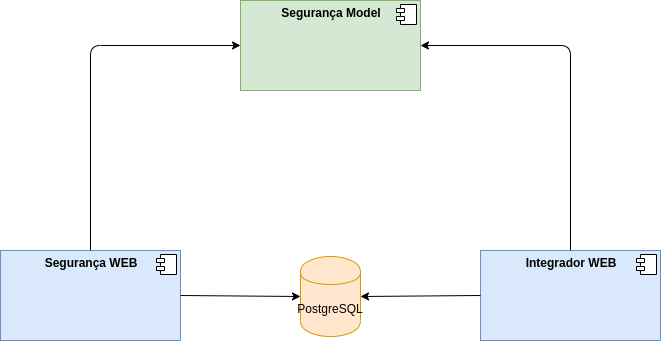
This is prf-nota-tecnica/004-dprfseguranca/Diagarma de componentes.png from brancoisrael/ctis, a draw.io export, as it was before one commit. Source tidied: cells renumbered, new cells last; positions are measured from the earlier drawing's top-left corner, leaving out a move shared by most shapes. The source it was exported from:
```xml
<mxGraphModel background="#ffffff">
  <root>
    <mxCell id="0" />
    <mxCell id="1" parent="0" />
    <mxCell id="2" value="&lt;p style=&quot;margin: 0px ; margin-top: 6px ; text-align: center&quot;&gt;&lt;b&gt;Segurança Model&lt;/b&gt;&lt;/p&gt;" style="align=left;overflow=fill;html=1;fillColor=#d5e8d4;strokeColor=#82b366;" parent="1" vertex="1">
      <mxGeometry x="240" width="180" height="90" as="geometry" />
    </mxCell>
    <mxCell id="3" style="shape=component;jettyWidth=8;jettyHeight=4;" parent="2" vertex="1">
      <mxGeometry x="1" width="20" height="20" relative="1" as="geometry">
        <mxPoint x="-24" y="4" as="offset" />
      </mxGeometry>
    </mxCell>
    <mxCell id="4" value="&lt;p style=&quot;margin: 0px ; margin-top: 6px ; text-align: center&quot;&gt;&lt;b&gt;Segurança WEB&lt;/b&gt;&lt;/p&gt;" style="align=left;overflow=fill;html=1;fillColor=#dae8fc;strokeColor=#6c8ebf;" parent="1" vertex="1">
      <mxGeometry y="250" width="180" height="90" as="geometry" />
    </mxCell>
    <mxCell id="5" style="shape=component;jettyWidth=8;jettyHeight=4;" parent="4" vertex="1">
      <mxGeometry x="1" width="20" height="20" relative="1" as="geometry">
        <mxPoint x="-24" y="4" as="offset" />
      </mxGeometry>
    </mxCell>
    <mxCell id="6" value="&lt;p style=&quot;margin: 0px ; margin-top: 6px ; text-align: center&quot;&gt;&lt;b&gt;Integrador WEB&lt;/b&gt;&lt;/p&gt;" style="align=left;overflow=fill;html=1;fillColor=#dae8fc;strokeColor=#6c8ebf;" parent="1" vertex="1">
      <mxGeometry x="480" y="250" width="180" height="90" as="geometry" />
    </mxCell>
    <mxCell id="7" style="shape=component;jettyWidth=8;jettyHeight=4;" parent="6" vertex="1">
      <mxGeometry x="1" width="20" height="20" relative="1" as="geometry">
        <mxPoint x="-24" y="4" as="offset" />
      </mxGeometry>
    </mxCell>
    <mxCell id="8" style="endArrow=classic;html=1;exitX=0.5;exitY=0;exitDx=0;exitDy=0;entryX=0;entryY=0.5;entryDx=0;entryDy=0;" parent="1" edge="1" source="4" target="2">
      <mxGeometry relative="1" as="geometry">
        <Array as="points">
          <mxPoint x="90" y="45" />
        </Array>
      </mxGeometry>
    </mxCell>
    <mxCell id="9" style="endArrow=classic;html=1;exitX=0.5;exitY=0;exitDx=0;exitDy=0;entryX=1;entryY=0.5;entryDx=0;entryDy=0;" parent="1" edge="1" source="6" target="2">
      <mxGeometry relative="1" as="geometry">
        <Array as="points">
          <mxPoint x="570" y="45" />
        </Array>
      </mxGeometry>
    </mxCell>
    <mxCell id="10" value="PostgreSQL" style="shape=cylinder;whiteSpace=wrap;html=1;boundedLbl=1;backgroundOutline=1;fillColor=#ffe6cc;strokeColor=#d79b00;" parent="1" vertex="1">
      <mxGeometry x="300" y="256" width="60" height="80" as="geometry" />
    </mxCell>
    <mxCell id="11" style="endArrow=classic;html=1;exitX=1;exitY=0.5;exitDx=0;exitDy=0;entryX=0;entryY=0.5;entryDx=0;entryDy=0;" parent="1" edge="1" source="4" target="10">
      <mxGeometry relative="1" as="geometry" />
    </mxCell>
    <mxCell id="12" style="endArrow=classic;html=1;exitX=0;exitY=0.5;exitDx=0;exitDy=0;entryX=1;entryY=0.5;entryDx=0;entryDy=0;" parent="1" edge="1" source="6" target="10">
      <mxGeometry relative="1" as="geometry" />
    </mxCell>
  </root>
</mxGraphModel>
```
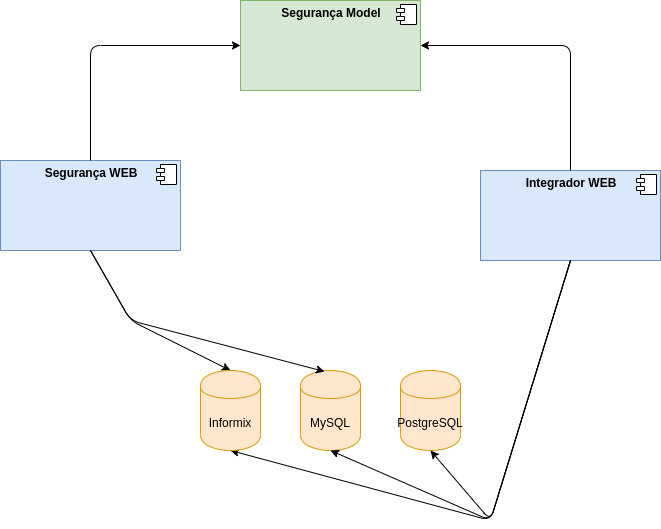
After the change.

The edit, as a diff of the source:
```diff
@@ -11,7 +11,7 @@
       </mxGeometry>
     </mxCell>
     <mxCell id="4" value="&lt;p style=&quot;margin: 0px ; margin-top: 6px ; text-align: center&quot;&gt;&lt;b&gt;Segurança WEB&lt;/b&gt;&lt;/p&gt;" style="align=left;overflow=fill;html=1;fillColor=#dae8fc;strokeColor=#6c8ebf;" parent="1" vertex="1">
-      <mxGeometry y="250" width="180" height="90" as="geometry" />
+      <mxGeometry y="160" width="180" height="90" as="geometry" />
     </mxCell>
     <mxCell id="5" style="shape=component;jettyWidth=8;jettyHeight=4;" parent="4" vertex="1">
       <mxGeometry x="1" width="20" height="20" relative="1" as="geometry">
@@ -19,7 +19,7 @@
       </mxGeometry>
     </mxCell>
     <mxCell id="6" value="&lt;p style=&quot;margin: 0px ; margin-top: 6px ; text-align: center&quot;&gt;&lt;b&gt;Integrador WEB&lt;/b&gt;&lt;/p&gt;" style="align=left;overflow=fill;html=1;fillColor=#dae8fc;strokeColor=#6c8ebf;" parent="1" vertex="1">
-      <mxGeometry x="480" y="250" width="180" height="90" as="geometry" />
+      <mxGeometry x="480" y="170" width="180" height="90" as="geometry" />
     </mxCell>
     <mxCell id="7" style="shape=component;jettyWidth=8;jettyHeight=4;" parent="6" vertex="1">
       <mxGeometry x="1" width="20" height="20" relative="1" as="geometry">
@@ -41,13 +41,50 @@
       </mxGeometry>
     </mxCell>
     <mxCell id="10" value="PostgreSQL" style="shape=cylinder;whiteSpace=wrap;html=1;boundedLbl=1;backgroundOutline=1;fillColor=#ffe6cc;strokeColor=#d79b00;" parent="1" vertex="1">
-      <mxGeometry x="300" y="256" width="60" height="80" as="geometry" />
+      <mxGeometry x="400" y="370" width="60" height="80" as="geometry" />
     </mxCell>
-    <mxCell id="11" style="endArrow=classic;html=1;exitX=1;exitY=0.5;exitDx=0;exitDy=0;entryX=0;entryY=0.5;entryDx=0;entryDy=0;" parent="1" edge="1" source="4" target="10">
-      <mxGeometry relative="1" as="geometry" />
+    <mxCell id="11" style="endArrow=classic;html=1;exitX=0.5;exitY=1;exitDx=0;exitDy=0;entryX=0.5;entryY=0;entryDx=0;entryDy=0;" parent="1" edge="1" source="4" target="14">
+      <mxGeometry relative="1" as="geometry">
+        <Array as="points">
+          <mxPoint x="130" y="320" />
+        </Array>
+      </mxGeometry>
     </mxCell>
-    <mxCell id="12" style="endArrow=classic;html=1;exitX=0;exitY=0.5;exitDx=0;exitDy=0;entryX=1;entryY=0.5;entryDx=0;entryDy=0;" parent="1" edge="1" source="6" target="10">
-      <mxGeometry relative="1" as="geometry" />
+    <mxCell id="12" style="endArrow=classic;html=1;exitX=0.5;exitY=1;exitDx=0;exitDy=0;entryX=0.5;entryY=1;entryDx=0;entryDy=0;" parent="1" edge="1" source="6" target="14">
+      <mxGeometry relative="1" as="geometry">
+        <Array as="points">
+          <mxPoint x="490" y="520" />
+        </Array>
+      </mxGeometry>
     </mxCell>
+    <mxCell id="13" value="MySQL" style="shape=cylinder;whiteSpace=wrap;html=1;boundedLbl=1;backgroundOutline=1;fillColor=#ffe6cc;strokeColor=#d79b00;" parent="1" vertex="1">
+      <mxGeometry x="300" y="370" width="60" height="80" as="geometry" />
+    </mxCell>
+    <mxCell id="14" value="Informix" style="shape=cylinder;whiteSpace=wrap;html=1;boundedLbl=1;backgroundOutline=1;fillColor=#ffe6cc;strokeColor=#d79b00;" parent="1" vertex="1">
+      <mxGeometry x="200" y="370" width="60" height="80" as="geometry" />
+    </mxCell>
+    <mxCell id="15" style="endArrow=classic;html=1;exitX=0.5;exitY=1;exitDx=0;exitDy=0;entryX=0.4;entryY=0.013;entryDx=0;entryDy=0;entryPerimeter=0;" parent="1" edge="1" source="4" target="13">
+      <mxGeometry relative="1" as="geometry">
+        <Array as="points">
+          <mxPoint x="130" y="320" />
+        </Array>
+      </mxGeometry>
+    </mxCell>
+    <mxCell id="16" style="endArrow=classic;html=1;exitX=0.5;exitY=1;exitDx=0;exitDy=0;entryX=0.5;entryY=1;entryDx=0;entryDy=0;" parent="1" edge="1" target="13">
+      <mxGeometry relative="1" as="geometry">
+        <mxPoint x="570" y="260" as="sourcePoint" />
+        <Array as="points">
+          <mxPoint x="490" y="520" />
+        </Array>
+      </mxGeometry>
+    </mxCell>
+    <mxCell id="17" style="endArrow=classic;html=1;exitX=0.5;exitY=1;exitDx=0;exitDy=0;entryX=0.5;entryY=1;entryDx=0;entryDy=0;" parent="1" edge="1" target="10">
+      <mxGeometry relative="1" as="geometry">
+        <mxPoint x="570" y="260" as="sourcePoint" />
+        <Array as="points">
+          <mxPoint x="490" y="520" />
+        </Array>
+      </mxGeometry>
+    </mxCell>
   </root>
 </mxGraphModel>
```
